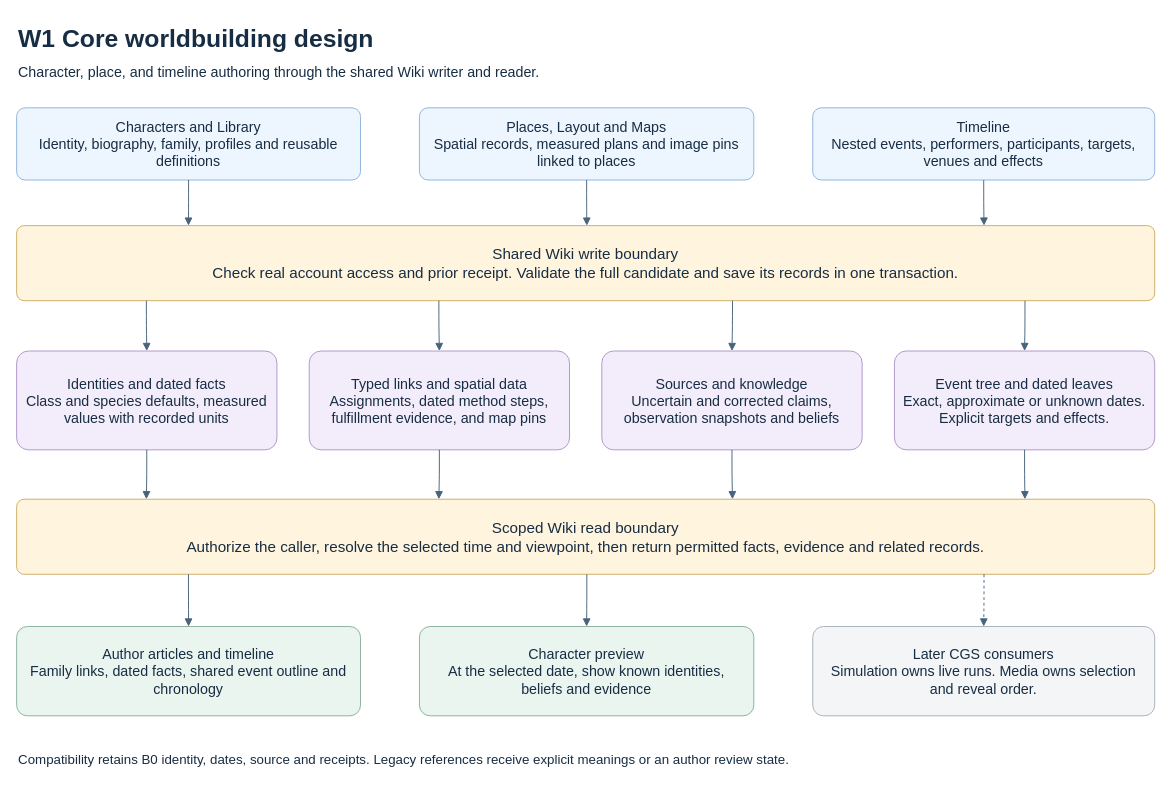
Before: page "W1 Core worldbuilding design" (5 of 17) of docs/CGS_Codex_Local_Handoff/CGS_First_Playable_Architecture.drawio in DEVdaVinci/CGS-v1, a draw.io diagram. Source tidied: cells renumbered, new cells numbered last; positions are measured from the earlier drawing's top-left corner, leaving out a move shared by most shapes. Both pictures are drawn from the tidied source at 95%, with x=0, y=0 at pixel (16, 16).
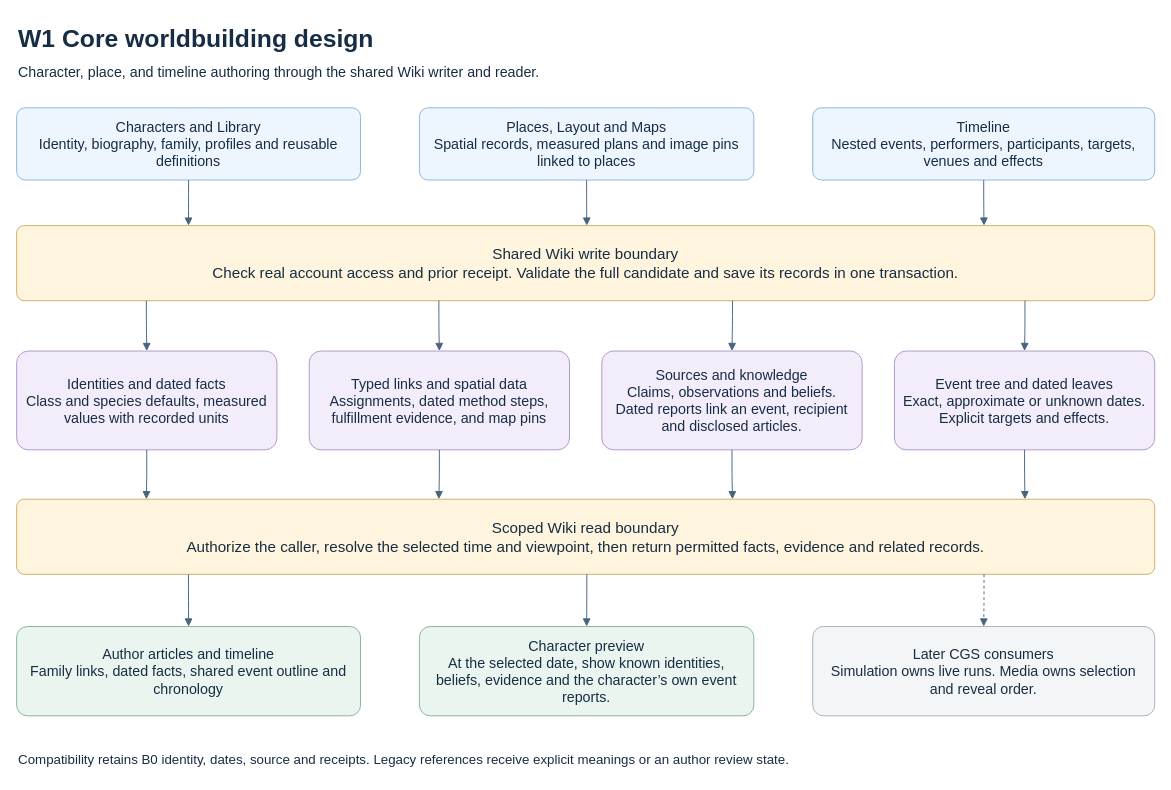
The same diagram, later.

The edit, as a diff of the source:
```diff
@@
-    <mxCell id="10" value="Sources and knowledge&#10;Uncertain and corrected claims, observation snapshots and beliefs" style="rounded=1;arcSize=12;whiteSpace=wrap;spacing=8;fontSize=15;fillColor=#F3EDFB;strokeColor=#AE96C9;fontColor=#172D43;" parent="1" vertex="1">
+    <mxCell id="10" value="Sources and knowledge&#10;Claims, observations and beliefs. Dated reports link an event, recipient and disclosed articles." style="rounded=1;arcSize=12;whiteSpace=wrap;spacing=8;fontSize=15;fillColor=#F3EDFB;strokeColor=#AE96C9;fontColor=#172D43;" parent="1" vertex="1">
       <mxGeometry x="616" y="352" width="274" height="104" as="geometry" />
     </mxCell>
@@
-    <mxCell id="14" value="Character preview&#10;At the selected date, show known identities, beliefs and evidence" style="rounded=1;arcSize=12;whiteSpace=wrap;spacing=8;fontSize=15;fillColor=#EAF5EF;strokeColor=#88B19C;fontColor=#172D43;" parent="1" vertex="1">
+    <mxCell id="14" value="Character preview&#10;At the selected date, show known identities, beliefs, evidence and the character’s own event reports." style="rounded=1;arcSize=12;whiteSpace=wrap;spacing=8;fontSize=15;fillColor=#EAF5EF;strokeColor=#88B19C;fontColor=#172D43;" parent="1" vertex="1">
       <mxGeometry x="424" y="642" width="352" height="94" as="geometry" />
     </mxCell>
```
